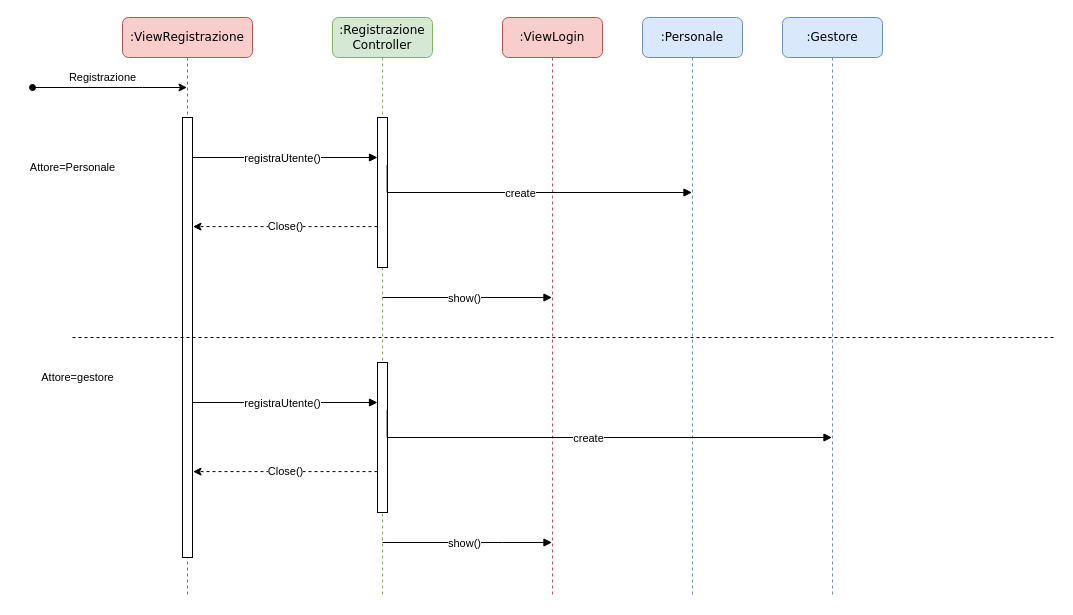
Before: page "Registrazione" (1 of 3) of sequenza.drawio in Marco-Burattoni/Progetto-ids, a draw.io diagram. Source tidied: cells renumbered, new cells numbered last; positions are measured from the earlier drawing's top-left corner, leaving out a move shared by most shapes. Both pictures are drawn from the tidied source at 100%, with x=0, y=0 at pixel (17, 17).
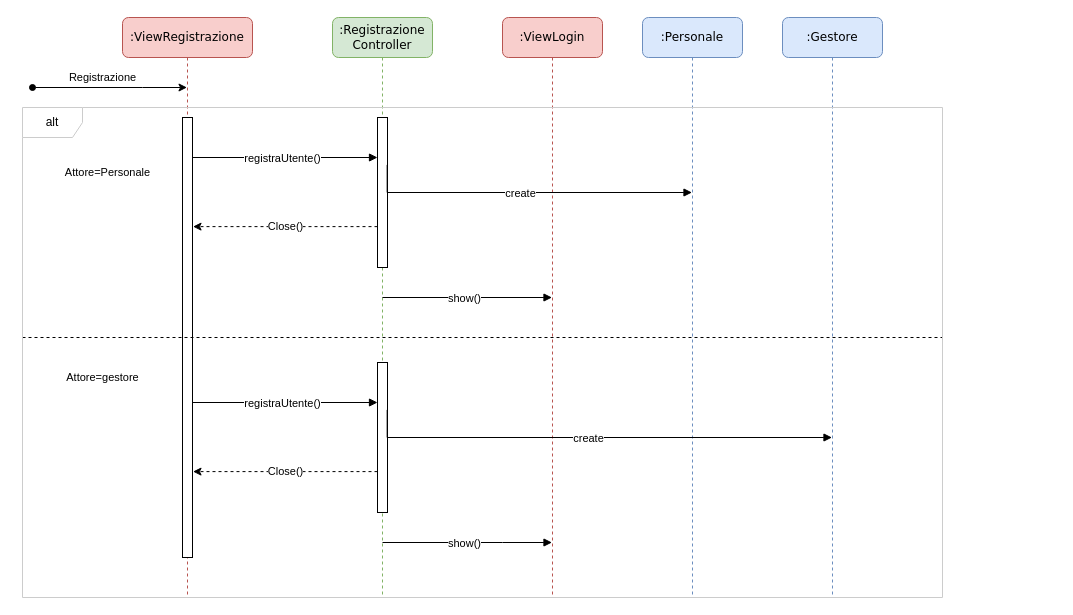
After the change.

Diff of the diagram source:
```diff
@@
     <mxCell id="17" value="Attore=Personale" style="text;html=1;align=center;verticalAlign=middle;strokeColor=none;fillColor=none;fontSize=11;fontFamily=Helvetica;" parent="1" vertex="1">
-      <mxGeometry y="135" width="110" height="30" as="geometry" />
+      <mxGeometry x="35" y="140" width="110" height="30" as="geometry" />
     </mxCell>
     <mxCell id="18" style="endArrow=none;dashed=1;html=1;rounded=0;labelBackgroundColor=#FFFFFF;fontFamily=Helvetica;fontSize=11;" parent="1" edge="1">
       <mxGeometry relative="1" as="geometry">
-        <mxPoint x="55" y="320" as="sourcePoint" />
-        <mxPoint x="1036.6" y="320" as="targetPoint" />
+        <mxPoint x="5" y="320" as="sourcePoint" />
+        <mxPoint x="925" y="320" as="targetPoint" />
       </mxGeometry>
     </mxCell>
     <mxCell id="19" value="Attore=gestore" style="text;html=1;align=center;verticalAlign=middle;strokeColor=none;fillColor=none;fontSize=11;fontFamily=Helvetica;" parent="1" vertex="1">
-      <mxGeometry x="10" y="345" width="100" height="30" as="geometry" />
+      <mxGeometry x="35" y="345" width="100" height="30" as="geometry" />
     </mxCell>
@@
+    <mxCell id="22" value="alt" style="shape=umlFrame;whiteSpace=wrap;html=1;strokeColor=#CCCCCC;" parent="1" vertex="1">
+      <mxGeometry x="5" y="90" width="920" height="490" as="geometry" />
+    </mxCell>
```
